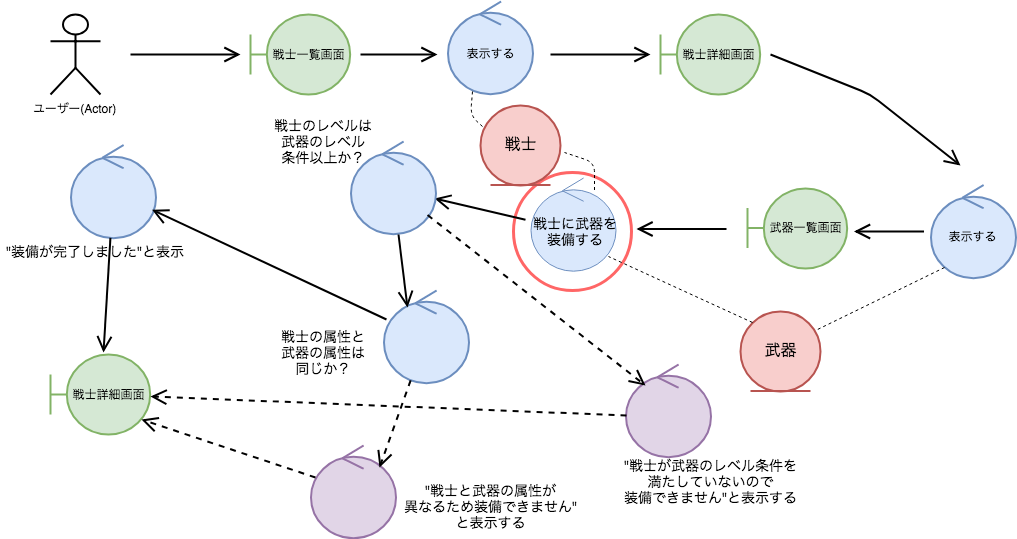
Earlier version of the draw.io export assets/img/robustness/updated-robustness-diagram.png (s10myk4/scalamatsuri2019-slide). Source tidied: cells renumbered, new cells last; positions are measured from the earlier drawing's top-left corner, leaving out a move shared by most shapes.
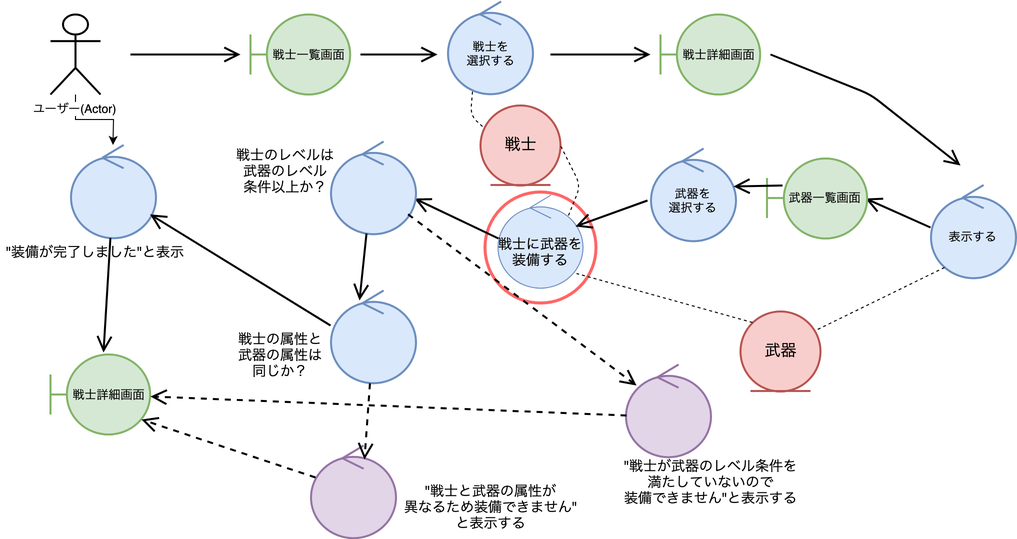
Above is the later version.

Commit message:
update robustness diagram

Diff of the diagram source:
```diff
@@ -3,12 +3,15 @@
     <mxCell id="0" />
     <mxCell id="1" parent="0" />
     <mxCell id="2" style="ellipse;whiteSpace=wrap;html=1;strokeColor=#FF6666;strokeWidth=3;labelBackgroundColor=none;fillColor=none;" parent="1" vertex="1">
-      <mxGeometry x="513" y="171" width="118" height="118" as="geometry" />
+      <mxGeometry x="484.5" y="190" width="111" height="111" as="geometry" />
     </mxCell>
     <mxCell id="3" value="&lt;span style=&quot;font-weight: normal&quot;&gt;戦士一覧画面&lt;/span&gt;" style="shape=umlBoundary;whiteSpace=wrap;html=1;fillColor=#d5e8d4;strokeColor=#82b366;fontStyle=1;strokeWidth=2;" parent="1" vertex="1">
       <mxGeometry x="250" y="13" width="100" height="80" as="geometry" />
     </mxCell>
+    <mxCell id="42" style="edgeStyle=orthogonalEdgeStyle;rounded=0;jettySize=auto;html=1;" parent="1" edge="1" source="4" target="18">
+      <mxGeometry relative="1" as="geometry" />
+    </mxCell>
-    <mxCell id="4" value="ユーザー(Actor)" style="shape=umlActor;verticalLabelPosition=bottom;labelBackgroundColor=#ffffff;verticalAlign=top;html=1;strokeWidth=2;" parent="1" vertex="1">
+    <mxCell id="4" value="&lt;span style=&quot;background-color: rgb(255 , 255 , 255)&quot;&gt;ユーザー(Actor)&lt;/span&gt;" style="shape=umlActor;verticalLabelPosition=bottom;labelBackgroundColor=#ffffff;verticalAlign=top;html=1;strokeWidth=2;" parent="1" vertex="1">
       <mxGeometry x="50" y="13" width="50" height="80" as="geometry" />
     </mxCell>
     <mxCell id="5" value="&lt;font style=&quot;font-size: 12px&quot;&gt;戦士詳細画面&lt;/font&gt;" style="shape=umlBoundary;whiteSpace=wrap;html=1;fillColor=#d5e8d4;strokeColor=#82b366;strokeWidth=2;" parent="1" vertex="1">
@@ -44,26 +47,23 @@
         </Array>
       </mxGeometry>
     </mxCell>
-    <mxCell id="11" style="endArrow=open;endFill=0;endSize=12;html=1;strokeWidth=2;rounded=1;jumpSize=6;entryX=0.988;entryY=0.613;entryDx=0;entryDy=0;entryPerimeter=0;" parent="1" edge="1" source="39" target="14">
+    <mxCell id="11" style="endArrow=open;endFill=0;endSize=12;html=1;strokeWidth=2;rounded=1;jumpSize=6;entryX=0.988;entryY=0.613;entryDx=0;entryDy=0;entryPerimeter=0;exitX=0;exitY=0.468;exitDx=0;exitDy=0;exitPerimeter=0;" parent="1" edge="1" source="38" target="14">
       <mxGeometry relative="1" as="geometry" />
     </mxCell>
-    <mxCell id="12" style="endArrow=open;endFill=0;endSize=12;html=1;strokeWidth=2;rounded=1;jumpSize=6;" parent="1" edge="1">
-      <mxGeometry relative="1" as="geometry">
-        <mxPoint x="923.5" y="230" as="sourcePoint" />
-        <mxPoint x="853.5" y="230" as="targetPoint" />
-      </mxGeometry>
+    <mxCell id="12" style="endArrow=open;endFill=0;endSize=12;html=1;strokeWidth=2;rounded=1;jumpSize=6;entryX=0.985;entryY=0.506;entryDx=0;entryDy=0;entryPerimeter=0;exitX=0;exitY=0.457;exitDx=0;exitDy=0;exitPerimeter=0;" parent="1" edge="1" source="25" target="16">
+      <mxGeometry relative="1" as="geometry" />
     </mxCell>
-    <mxCell id="13" value="&lt;span&gt;表示する&lt;/span&gt;" style="ellipse;shape=umlControl;whiteSpace=wrap;html=1;fillColor=#dae8fc;strokeColor=#6c8ebf;strokeWidth=2;" parent="1" vertex="1">
+    <mxCell id="13" value="戦士を&lt;br&gt;選択する" style="ellipse;shape=umlControl;whiteSpace=wrap;html=1;fillColor=#dae8fc;strokeColor=#6c8ebf;strokeWidth=2;" parent="1" vertex="1">
       <mxGeometry x="447.5" width="85" height="93" as="geometry" />
     </mxCell>
     <mxCell id="14" style="ellipse;shape=umlControl;whiteSpace=wrap;html=1;fillColor=#dae8fc;strokeColor=#6c8ebf;strokeWidth=2;" parent="1" vertex="1">
-      <mxGeometry x="350" y="140" width="85" height="93" as="geometry" />
+      <mxGeometry x="330" y="140" width="85" height="93" as="geometry" />
     </mxCell>
     <mxCell id="15" style="ellipse;shape=umlControl;whiteSpace=wrap;html=1;fillColor=#dae8fc;strokeColor=#6c8ebf;strokeWidth=2;" parent="1" vertex="1">
-      <mxGeometry x="383" y="289" width="85" height="93" as="geometry" />
+      <mxGeometry x="330" y="289" width="85" height="93" as="geometry" />
     </mxCell>
     <mxCell id="16" value="&lt;font style=&quot;font-size: 12px&quot;&gt;武器一覧画面&lt;/font&gt;&lt;br&gt;" style="shape=umlBoundary;whiteSpace=wrap;html=1;fillColor=#d5e8d4;strokeColor=#82b366;strokeWidth=2;" parent="1" vertex="1">
-      <mxGeometry x="747" y="186.5" width="100" height="80" as="geometry" />
+      <mxGeometry x="766.5" y="156.5" width="100" height="80" as="geometry" />
     </mxCell>
     <mxCell id="17" style="ellipse;shape=umlControl;whiteSpace=wrap;html=1;fillColor=#e1d5e7;strokeColor=#9673a6;strokeWidth=2;" parent="1" vertex="1">
       <mxGeometry x="625" y="363" width="85" height="93" as="geometry" />
@@ -71,7 +71,7 @@
     <mxCell id="18" style="ellipse;shape=umlControl;whiteSpace=wrap;html=1;fillColor=#dae8fc;strokeColor=#6c8ebf;strokeWidth=2;" parent="1" vertex="1">
       <mxGeometry x="70" y="143.5" width="85" height="93" as="geometry" />
     </mxCell>
-    <mxCell id="19" style="endArrow=open;endFill=0;endSize=12;html=1;strokeWidth=2;rounded=1;jumpSize=6;exitX=0.035;exitY=0.312;exitDx=0;exitDy=0;exitPerimeter=0;" parent="1" edge="1" source="15" target="18">
+    <mxCell id="19" style="endArrow=open;endFill=0;endSize=12;html=1;strokeWidth=2;rounded=1;jumpSize=6;exitX=0;exitY=0.376;exitDx=0;exitDy=0;exitPerimeter=0;" parent="1" edge="1" source="15" target="18">
       <mxGeometry relative="1" as="geometry" />
     </mxCell>
     <mxCell id="20" style="endArrow=open;endFill=0;endSize=12;html=1;strokeWidth=2;rounded=1;jumpSize=6;entryX=0.53;entryY=-0.025;entryDx=0;entryDy=0;entryPerimeter=0;" parent="1" edge="1" source="18" target="6">
@@ -80,7 +80,7 @@
     <mxCell id="21" style="ellipse;shape=umlControl;whiteSpace=wrap;html=1;fillColor=#e1d5e7;strokeColor=#9673a6;strokeWidth=2;" parent="1" vertex="1">
       <mxGeometry x="310" y="444" width="85" height="93" as="geometry" />
     </mxCell>
-    <mxCell id="22" style="endArrow=open;endFill=0;endSize=12;html=1;strokeWidth=2;rounded=1;jumpSize=6;entryX=0.282;entryY=0.183;entryDx=0;entryDy=0;entryPerimeter=0;exitX=0.565;exitY=1.005;exitDx=0;exitDy=0;exitPerimeter=0;" parent="1" edge="1" source="14" target="15">
+    <mxCell id="22" style="endArrow=open;endFill=0;endSize=12;html=1;strokeWidth=2;rounded=1;jumpSize=6;entryX=0.341;entryY=0.108;entryDx=0;entryDy=0;entryPerimeter=0;exitX=0.424;exitY=0.989;exitDx=0;exitDy=0;exitPerimeter=0;" parent="1" edge="1" source="14" target="15">
       <mxGeometry relative="1" as="geometry" />
     </mxCell>
     <mxCell id="23" style="endArrow=none;endFill=0;endSize=12;html=1;strokeWidth=1;rounded=1;jumpSize=6;dashed=1;entryX=0.288;entryY=0.968;entryDx=0;entryDy=0;entryPerimeter=0;exitX=0.025;exitY=0.269;exitDx=0;exitDy=0;exitPerimeter=0;" parent="1" edge="1" source="36" target="13">
@@ -100,12 +100,12 @@
       <mxGeometry y="240" width="190" height="20" as="geometry" />
     </mxCell>
     <mxCell id="27" value="&lt;span style=&quot;font-size: 14px&quot;&gt;戦士のレベルは&lt;br&gt;武器のレベル&lt;br&gt;条件以上か？&lt;/span&gt;" style="text;html=1;align=center;verticalAlign=middle;fillColor=none;strokeColor=none;rounded=0;" parent="1" vertex="1">
-      <mxGeometry x="268" y="115" width="110" height="50" as="geometry" />
+      <mxGeometry x="230" y="143.5" width="110" height="50" as="geometry" />
     </mxCell>
     <mxCell id="28" value="&lt;span style=&quot;font-size: 14px&quot;&gt;戦士の属性と&lt;br&gt;武器の属性は&lt;br&gt;同じか？&lt;/span&gt;" style="text;html=1;align=center;verticalAlign=middle;fillColor=none;strokeColor=none;rounded=0;" parent="1" vertex="1">
-      <mxGeometry x="273" y="326" width="100" height="50" as="geometry" />
+      <mxGeometry x="230" y="328" width="100" height="50" as="geometry" />
     </mxCell>
-    <mxCell id="29" style="endArrow=open;endFill=0;endSize=12;html=1;strokeWidth=2;rounded=1;jumpSize=6;dashed=1;entryX=0.235;entryY=0.226;entryDx=0;entryDy=0;entryPerimeter=0;" parent="1" edge="1" source="14" target="17">
+    <mxCell id="29" style="endArrow=open;endFill=0;endSize=12;html=1;strokeWidth=2;rounded=1;jumpSize=6;dashed=1;entryX=0.129;entryY=0.226;entryDx=0;entryDy=0;entryPerimeter=0;" parent="1" edge="1" source="14" target="17">
       <mxGeometry relative="1" as="geometry" />
     </mxCell>
     <mxCell id="30" value="&lt;span style=&quot;font-size: 14px&quot;&gt;&quot;戦士と武器の属性が&lt;br&gt;異なるため装備できません&quot;&lt;br&gt;と表示する&lt;/span&gt;" style="text;html=1;align=center;verticalAlign=middle;fillColor=none;strokeColor=none;rounded=0;" parent="1" vertex="1">
@@ -114,7 +114,7 @@
     <mxCell id="31" value="&lt;span style=&quot;font-size: 14px&quot;&gt;&quot;戦士が武器のレベル条件を&lt;br&gt;満たしていないので&lt;br&gt;装備できません&quot;と表示する&lt;/span&gt;" style="text;html=1;align=center;verticalAlign=middle;fillColor=none;strokeColor=none;rounded=0;" parent="1" vertex="1">
       <mxGeometry x="615" y="454.5" width="190" height="50" as="geometry" />
     </mxCell>
-    <mxCell id="32" style="endArrow=open;endFill=0;endSize=12;html=1;strokeWidth=2;rounded=1;jumpSize=6;dashed=1;entryX=0.812;entryY=0.237;entryDx=0;entryDy=0;entryPerimeter=0;" parent="1" edge="1" source="15" target="21">
+    <mxCell id="32" style="endArrow=open;endFill=0;endSize=12;html=1;strokeWidth=2;rounded=1;jumpSize=6;dashed=1;entryX=0.635;entryY=0.151;entryDx=0;entryDy=0;entryPerimeter=0;" parent="1" edge="1" source="15" target="21">
       <mxGeometry relative="1" as="geometry" />
     </mxCell>
     <mxCell id="33" style="endArrow=open;endFill=0;endSize=12;html=1;strokeWidth=2;rounded=1;jumpSize=6;dashed=1;exitX=0.012;exitY=0.548;exitDx=0;exitDy=0;exitPerimeter=0;" parent="1" edge="1" source="17" target="6">
@@ -133,24 +133,26 @@
       <mxGeometry relative="1" as="geometry" />
     </mxCell>
     <mxCell id="38" style="ellipse;shape=umlControl;whiteSpace=wrap;html=1;fillColor=#dae8fc;strokeColor=#6c8ebf;" parent="1" vertex="1">
-      <mxGeometry x="530" y="176.5" width="85" height="93" as="geometry" />
+      <mxGeometry x="497.5" y="193.5" width="85" height="93" as="geometry" />
     </mxCell>
     <mxCell id="39" value="&lt;span style=&quot;font-size: 14px&quot;&gt;戦士に武器を&lt;br&gt;装備する&lt;/span&gt;" style="text;html=1;align=center;verticalAlign=middle;points=[];fillColor=none;strokeColor=none;rounded=0;" parent="1" vertex="1">
-      <mxGeometry x="525" y="210" width="100" height="40" as="geometry" />
+      <mxGeometry x="490" y="230" width="100" height="40" as="geometry" />
     </mxCell>
-    <mxCell id="40" style="endArrow=open;endFill=0;endSize=12;html=1;strokeWidth=2;rounded=1;jumpSize=6;" parent="1" edge="1">
-      <mxGeometry relative="1" as="geometry">
-        <mxPoint x="726" y="227.5" as="sourcePoint" />
-        <mxPoint x="636" y="227.5" as="targetPoint" />
-      </mxGeometry>
+    <mxCell id="40" style="endArrow=open;endFill=0;endSize=12;html=1;strokeWidth=2;rounded=1;jumpSize=6;exitX=-0.035;exitY=0.559;exitDx=0;exitDy=0;exitPerimeter=0;entryX=0.912;entryY=0.339;entryDx=0;entryDy=0;entryPerimeter=0;" parent="1" edge="1" source="43" target="38">
+      <mxGeometry relative="1" as="geometry" />
     </mxCell>
-    <mxCell id="41" style="endArrow=none;endFill=0;endSize=12;html=1;strokeWidth=1;rounded=1;jumpSize=6;dashed=1;entryX=1.05;entryY=0.594;entryDx=0;entryDy=0;entryPerimeter=0;" parent="1" edge="1" target="36">
+    <mxCell id="41" style="endArrow=none;endFill=0;endSize=12;html=1;strokeWidth=1;rounded=1;jumpSize=6;dashed=1;entryX=1;entryY=0.5;entryDx=0;entryDy=0;exitX=0.824;exitY=0.22;exitDx=0;exitDy=0;exitPerimeter=0;" parent="1" edge="1" source="38" target="36">
       <mxGeometry relative="1" as="geometry">
-        <mxPoint x="594" y="188.5" as="sourcePoint" />
         <Array as="points">
-          <mxPoint x="594" y="161" />
+          <mxPoint x="580" y="184" />
         </Array>
       </mxGeometry>
     </mxCell>
+    <mxCell id="43" value="武器を&lt;br&gt;選択する" style="ellipse;shape=umlControl;whiteSpace=wrap;html=1;fillColor=#dae8fc;strokeColor=#6c8ebf;strokeWidth=2;" parent="1" vertex="1">
+      <mxGeometry x="650" y="147" width="85" height="93" as="geometry" />
+    </mxCell>
+    <mxCell id="44" style="endArrow=open;endFill=0;endSize=12;html=1;strokeWidth=2;rounded=1;jumpSize=6;exitX=0.155;exitY=0.344;exitDx=0;exitDy=0;exitPerimeter=0;entryX=0.976;entryY=0.409;entryDx=0;entryDy=0;entryPerimeter=0;" parent="1" edge="1" source="16" target="43">
+      <mxGeometry relative="1" as="geometry" />
+    </mxCell>
   </root>
 </mxGraphModel>
```
